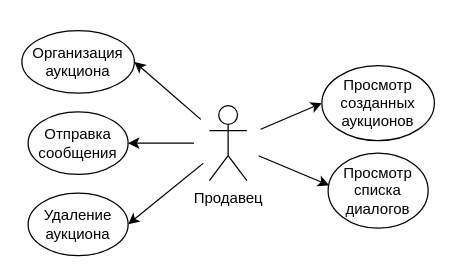
Earlier version of the draw.io diagram Diagrams/Use-Case/Seller Use-Case Diagram.drawio (Fake-Make/Au). Source tidied: cells renumbered, new cells numbered last; positions are measured from the earlier drawing's top-left corner, leaving out a move shared by most shapes. Both pictures are drawn from the tidied source at 125%, with x=0, y=0 at pixel (21, 30).
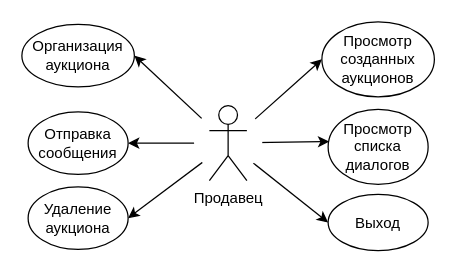
The same page after the edit.

Change to the diagram source:
```diff
@@
 <mxGraphModel>
   <root>
     <mxCell id="0" />
     <mxCell id="1" parent="0" />
+    <mxCell id="14" style="endArrow=classic;html=1;entryX=0;entryY=0.5;entryDx=0;entryDy=0;exitX=0.5;exitY=0.5;exitDx=0;exitDy=0;exitPerimeter=0;" parent="1" edge="1" source="12" target="15">
+      <mxGeometry relative="1" as="geometry" />
+    </mxCell>
     <mxCell id="2" style="endArrow=classic;html=1;entryX=1;entryY=0.5;entryDx=0;entryDy=0;exitX=0.5;exitY=0.5;exitDx=0;exitDy=0;exitPerimeter=0;" parent="1" edge="1" source="12" target="13">
       <mxGeometry relative="1" as="geometry" />
     </mxCell>
     <mxCell id="3" style="endArrow=classic;html=1;entryX=1;entryY=0.5;entryDx=0;entryDy=0;exitX=0.5;exitY=0.5;exitDx=0;exitDy=0;exitPerimeter=0;" parent="1" edge="1" source="12" target="10">
       <mxGeometry relative="1" as="geometry" />
     </mxCell>
     <mxCell id="4" style="endArrow=classic;html=1;entryX=0;entryY=0.5;entryDx=0;entryDy=0;exitX=0.5;exitY=0.5;exitDx=0;exitDy=0;exitPerimeter=0;" parent="1" edge="1" source="12" target="8">
       <mxGeometry relative="1" as="geometry" />
     </mxCell>
     <mxCell id="5" style="endArrow=classic;html=1;entryX=0.01;entryY=0.429;entryDx=0;entryDy=0;entryPerimeter=0;exitX=0.5;exitY=0.5;exitDx=0;exitDy=0;exitPerimeter=0;" parent="1" edge="1" source="12" target="9">
       <mxGeometry relative="1" as="geometry" />
     </mxCell>
     <mxCell id="6" style="endArrow=classic;html=1;entryX=1;entryY=0.5;entryDx=0;entryDy=0;exitX=0.5;exitY=0.5;exitDx=0;exitDy=0;exitPerimeter=0;" parent="1" edge="1" source="12" target="11">
       <mxGeometry relative="1" as="geometry" />
     </mxCell>
     <mxCell id="7" style="ellipse;whiteSpace=wrap;html=1;strokeColor=none;" parent="1" vertex="1">
       <mxGeometry x="137.5" y="60" width="55" height="55" as="geometry" />
     </mxCell>
     <mxCell id="8" value="Просмотр созданных аукционов&lt;br&gt;" style="ellipse;whiteSpace=wrap;html=1;" parent="1" vertex="1">
-      <mxGeometry x="240" y="28" width="90" height="60" as="geometry" />
+      <mxGeometry x="240" y="-7" width="90" height="60" as="geometry" />
     </mxCell>
     <mxCell id="9" value="Просмотр списка диалогов" style="ellipse;whiteSpace=wrap;html=1;" parent="1" vertex="1">
-      <mxGeometry x="245" y="98" width="80" height="60" as="geometry" />
+      <mxGeometry x="245" y="63" width="80" height="60" as="geometry" />
     </mxCell>
     <mxCell id="10" value="Организация аукциона" style="ellipse;whiteSpace=wrap;html=1;" parent="1" vertex="1">
-      <mxGeometry width="90" height="50" as="geometry" />
+      <mxGeometry y="-5" width="90" height="50" as="geometry" />
     </mxCell>
     <mxCell id="11" value="Отправка сообщения" style="ellipse;whiteSpace=wrap;html=1;" parent="1" vertex="1">
       <mxGeometry x="5" y="65" width="80" height="50" as="geometry" />
     </mxCell>
     <mxCell id="12" value="Продавец" style="shape=umlActor;verticalLabelPosition=bottom;labelBackgroundColor=#ffffff;verticalAlign=top;html=1;outlineConnect=0;" parent="1" vertex="1">
       <mxGeometry x="150" y="60" width="30" height="60" as="geometry" />
     </mxCell>
     <mxCell id="13" value="Удаление аукциона" style="ellipse;whiteSpace=wrap;html=1;" parent="1" vertex="1">
-      <mxGeometry x="5" y="130" width="80" height="50" as="geometry" />
+      <mxGeometry x="5" y="125" width="80" height="50" as="geometry" />
     </mxCell>
+    <mxCell id="15" value="Выход" style="ellipse;whiteSpace=wrap;html=1;" parent="1" vertex="1">
+      <mxGeometry x="245" y="131" width="80" height="45" as="geometry" />
+    </mxCell>
   </root>
 </mxGraphModel>
```
